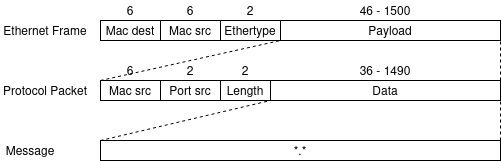
Before: doc/frames.png, a diagram exported from draw.io (Vitor-Calegari/sistemas-operacionais-II). Source tidied: cells renumbered, new cells last; positions are measured from the earlier drawing's top-left corner, leaving out a move shared by most shapes.
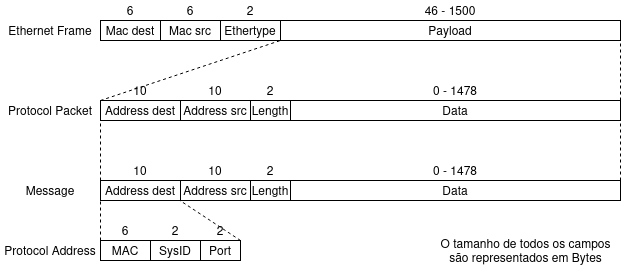
After the change.

Commit message:
Atualiza imagem que especifica frames utilizados

What changed in the source:
```diff
@@ -12,43 +12,38 @@
       <mxGeometry x="220" y="20" width="60" height="20" as="geometry" />
     </mxCell>
     <mxCell id="5" value="Payload" style="rounded=0;whiteSpace=wrap;html=1;" parent="1" vertex="1">
-      <mxGeometry x="280" y="20" width="220" height="20" as="geometry" />
+      <mxGeometry x="280" y="20" width="340" height="20" as="geometry" />
     </mxCell>
-    <mxCell id="6" value="Mac src" style="rounded=0;whiteSpace=wrap;html=1;" parent="1" vertex="1">
-      <mxGeometry x="100" y="80" width="60" height="20" as="geometry" />
-    </mxCell>
-    <mxCell id="7" value="Port src" style="rounded=0;whiteSpace=wrap;html=1;" parent="1" vertex="1">
-      <mxGeometry x="160" y="80" width="60" height="20" as="geometry" />
-    </mxCell>
-    <mxCell id="8" value="Length" style="rounded=0;whiteSpace=wrap;html=1;" parent="1" vertex="1">
-      <mxGeometry x="220" y="80" width="50" height="20" as="geometry" />
-    </mxCell>
-    <mxCell id="9" value="Data" style="rounded=0;whiteSpace=wrap;html=1;" parent="1" vertex="1">
-      <mxGeometry x="270" y="80" width="230" height="20" as="geometry" />
-    </mxCell>
-    <mxCell id="10" value="*.*" style="rounded=0;whiteSpace=wrap;html=1;" parent="1" vertex="1">
-      <mxGeometry x="100" y="140" width="400" height="20" as="geometry" />
-    </mxCell>
     <mxCell id="11" value="Ethernet Frame" style="text;html=1;align=center;verticalAlign=middle;whiteSpace=wrap;rounded=0;" parent="1" vertex="1">
-      <mxGeometry y="20" width="90" height="20" as="geometry" />
+      <mxGeometry y="20" width="100" height="20" as="geometry" />
     </mxCell>
     <mxCell id="12" value="Protocol Packet" style="text;html=1;align=center;verticalAlign=middle;whiteSpace=wrap;rounded=0;" parent="1" vertex="1">
-      <mxGeometry y="80" width="90" height="20" as="geometry" />
+      <mxGeometry y="100" width="100" height="20" as="geometry" />
     </mxCell>
     <mxCell id="13" value="Message" style="text;html=1;align=center;verticalAlign=middle;whiteSpace=wrap;rounded=0;" parent="1" vertex="1">
-      <mxGeometry y="140" width="60" height="20" as="geometry" />
+      <mxGeometry y="180" width="100" height="20" as="geometry" />
     </mxCell>
-    <mxCell id="14" style="endArrow=none;dashed=1;html=1;rounded=0;entryX=1;entryY=1;entryDx=0;entryDy=0;exitX=1;exitY=0;exitDx=0;exitDy=0;" parent="1" edge="1" source="10" target="9">
-      <mxGeometry relative="1" as="geometry" />
+    <mxCell id="14" style="endArrow=none;dashed=1;html=1;rounded=0;entryX=1;entryY=1;entryDx=0;entryDy=0;exitX=1;exitY=0;exitDx=0;exitDy=0;" parent="1" edge="1">
+      <mxGeometry relative="1" as="geometry">
+        <mxPoint x="620" y="180" as="sourcePoint" />
+        <mxPoint x="620" y="120" as="targetPoint" />
+      </mxGeometry>
     </mxCell>
-    <mxCell id="15" style="endArrow=none;dashed=1;html=1;rounded=0;entryX=0;entryY=1;entryDx=0;entryDy=0;exitX=0;exitY=0;exitDx=0;exitDy=0;" parent="1" edge="1" source="10" target="9">
-      <mxGeometry relative="1" as="geometry" />
+    <mxCell id="15" style="endArrow=none;dashed=1;html=1;rounded=0;entryX=0;entryY=1;entryDx=0;entryDy=0;exitX=0;exitY=0;exitDx=0;exitDy=0;" parent="1" edge="1">
+      <mxGeometry relative="1" as="geometry">
+        <mxPoint x="100" y="180" as="sourcePoint" />
+        <mxPoint x="100" y="120" as="targetPoint" />
+      </mxGeometry>
     </mxCell>
-    <mxCell id="16" style="endArrow=none;dashed=1;html=1;rounded=0;exitX=0;exitY=0;exitDx=0;exitDy=0;entryX=0;entryY=1;entryDx=0;entryDy=0;" parent="1" edge="1" source="6" target="5">
-      <mxGeometry relative="1" as="geometry" />
+    <mxCell id="16" style="endArrow=none;dashed=1;html=1;rounded=0;exitX=0;exitY=0;exitDx=0;exitDy=0;entryX=0;entryY=1;entryDx=0;entryDy=0;" parent="1" edge="1" target="5">
+      <mxGeometry relative="1" as="geometry">
+        <mxPoint x="100" y="100" as="sourcePoint" />
+      </mxGeometry>
     </mxCell>
-    <mxCell id="17" style="endArrow=none;dashed=1;html=1;rounded=0;exitX=1;exitY=0;exitDx=0;exitDy=0;entryX=1;entryY=1;entryDx=0;entryDy=0;" parent="1" edge="1" source="9" target="5">
-      <mxGeometry relative="1" as="geometry" />
+    <mxCell id="17" style="endArrow=none;dashed=1;html=1;rounded=0;exitX=1;exitY=0;exitDx=0;exitDy=0;entryX=1;entryY=1;entryDx=0;entryDy=0;" parent="1" edge="1" target="5">
+      <mxGeometry relative="1" as="geometry">
+        <mxPoint x="620" y="100" as="sourcePoint" />
+      </mxGeometry>
     </mxCell>
     <mxCell id="18" value="6" style="text;html=1;align=center;verticalAlign=middle;whiteSpace=wrap;rounded=0;" parent="1" vertex="1">
       <mxGeometry x="120" width="20" height="20" as="geometry" />
@@ -60,19 +55,87 @@
       <mxGeometry x="240" width="20" height="20" as="geometry" />
     </mxCell>
     <mxCell id="21" value="46 - 1500" style="text;html=1;align=center;verticalAlign=middle;whiteSpace=wrap;rounded=0;" parent="1" vertex="1">
-      <mxGeometry x="350" width="70" height="20" as="geometry" />
+      <mxGeometry x="415" width="70" height="20" as="geometry" />
     </mxCell>
+    <mxCell id="26" value="Protocol Address" style="text;html=1;align=center;verticalAlign=middle;whiteSpace=wrap;rounded=0;" parent="1" vertex="1">
+      <mxGeometry y="240" width="100" height="20" as="geometry" />
+    </mxCell>
+    <mxCell id="27" value="Address dest" style="rounded=0;whiteSpace=wrap;html=1;" parent="1" vertex="1">
+      <mxGeometry x="100" y="100" width="80" height="20" as="geometry" />
+    </mxCell>
+    <mxCell id="28" value="Length" style="rounded=0;whiteSpace=wrap;html=1;" parent="1" vertex="1">
+      <mxGeometry x="250" y="100" width="40" height="20" as="geometry" />
+    </mxCell>
+    <mxCell id="29" value="Data" style="rounded=0;whiteSpace=wrap;html=1;" parent="1" vertex="1">
+      <mxGeometry x="290" y="100" width="330" height="20" as="geometry" />
+    </mxCell>
+    <mxCell id="30" value="10" style="text;html=1;align=center;verticalAlign=middle;whiteSpace=wrap;rounded=0;" parent="1" vertex="1">
+      <mxGeometry x="100" y="80" width="80" height="20" as="geometry" />
+    </mxCell>
+    <mxCell id="31" value="10" style="text;html=1;align=center;verticalAlign=middle;whiteSpace=wrap;rounded=0;" parent="1" vertex="1">
+      <mxGeometry x="180" y="80" width="70" height="20" as="geometry" />
+    </mxCell>
+    <mxCell id="32" value="0 - 1478" style="text;html=1;align=center;verticalAlign=middle;whiteSpace=wrap;rounded=0;" parent="1" vertex="1">
+      <mxGeometry x="290" y="80" width="330" height="20" as="geometry" />
+    </mxCell>
+    <mxCell id="33" value="Address src" style="rounded=0;whiteSpace=wrap;html=1;" parent="1" vertex="1">
+      <mxGeometry x="180" y="100" width="70" height="20" as="geometry" />
+    </mxCell>
+    <mxCell id="34" value="2" style="text;html=1;align=center;verticalAlign=middle;whiteSpace=wrap;rounded=0;" parent="1" vertex="1">
+      <mxGeometry x="250" y="80" width="40" height="20" as="geometry" />
+    </mxCell>
+    <mxCell id="35" style="endArrow=none;dashed=1;html=1;rounded=0;entryX=0;entryY=1;entryDx=0;entryDy=0;exitX=0;exitY=1;exitDx=0;exitDy=0;" parent="1" edge="1" source="22" target="36">
+      <mxGeometry relative="1" as="geometry" />
+    </mxCell>
+    <mxCell id="36" value="Address dest" style="rounded=0;whiteSpace=wrap;html=1;" parent="1" vertex="1">
+      <mxGeometry x="100" y="180" width="80" height="20" as="geometry" />
+    </mxCell>
+    <mxCell id="37" value="Length" style="rounded=0;whiteSpace=wrap;html=1;" parent="1" vertex="1">
+      <mxGeometry x="250" y="180" width="40" height="20" as="geometry" />
+    </mxCell>
+    <mxCell id="38" value="Data" style="rounded=0;whiteSpace=wrap;html=1;" parent="1" vertex="1">
+      <mxGeometry x="290" y="180" width="330" height="20" as="geometry" />
+    </mxCell>
+    <mxCell id="39" value="10" style="text;html=1;align=center;verticalAlign=middle;whiteSpace=wrap;rounded=0;" parent="1" vertex="1">
+      <mxGeometry x="100" y="160" width="80" height="20" as="geometry" />
+    </mxCell>
+    <mxCell id="40" value="10" style="text;html=1;align=center;verticalAlign=middle;whiteSpace=wrap;rounded=0;" parent="1" vertex="1">
+      <mxGeometry x="180" y="160" width="70" height="20" as="geometry" />
+    </mxCell>
+    <mxCell id="41" value="0 - 1478" style="text;html=1;align=center;verticalAlign=middle;whiteSpace=wrap;rounded=0;" parent="1" vertex="1">
+      <mxGeometry x="290" y="160" width="330" height="20" as="geometry" />
+    </mxCell>
+    <mxCell id="42" value="Address src" style="rounded=0;whiteSpace=wrap;html=1;" parent="1" vertex="1">
+      <mxGeometry x="180" y="180" width="70" height="20" as="geometry" />
+    </mxCell>
+    <mxCell id="43" value="2" style="text;html=1;align=center;verticalAlign=middle;whiteSpace=wrap;rounded=0;" parent="1" vertex="1">
+      <mxGeometry x="250" y="160" width="40" height="20" as="geometry" />
+    </mxCell>
+    <mxCell id="44" value="MAC" style="rounded=0;whiteSpace=wrap;html=1;" parent="1" vertex="1">
+      <mxGeometry x="100" y="240" width="50" height="20" as="geometry" />
+    </mxCell>
+    <mxCell id="45" value="SysID" style="rounded=0;whiteSpace=wrap;html=1;" parent="1" vertex="1">
+      <mxGeometry x="150" y="240" width="50" height="20" as="geometry" />
+    </mxCell>
+    <mxCell id="46" value="Port" style="rounded=0;whiteSpace=wrap;html=1;" parent="1" vertex="1">
+      <mxGeometry x="200" y="240" width="40" height="20" as="geometry" />
+    </mxCell>
     <mxCell id="22" value="6" style="text;html=1;align=center;verticalAlign=middle;whiteSpace=wrap;rounded=0;" parent="1" vertex="1">
-      <mxGeometry x="110" y="60" width="40" height="20" as="geometry" />
+      <mxGeometry x="100" y="220" width="50" height="20" as="geometry" />
     </mxCell>
-    <mxCell id="23" value="2" style="text;html=1;align=center;verticalAlign=middle;whiteSpace=wrap;rounded=0;" parent="1" vertex="1">
-      <mxGeometry x="170" y="60" width="40" height="20" as="geometry" />
-    </mxCell>
-    <mxCell id="24" value="2" style="text;html=1;align=center;verticalAlign=middle;whiteSpace=wrap;rounded=0;" parent="1" vertex="1">
-      <mxGeometry x="220" y="60" width="50" height="20" as="geometry" />
-    </mxCell>
-    <mxCell id="25" value="36 - 1490" style="text;html=1;align=center;verticalAlign=middle;whiteSpace=wrap;rounded=0;" parent="1" vertex="1">
-      <mxGeometry x="270" y="60" width="230" height="20" as="geometry" />
-    </mxCell>
+    <mxCell id="47" value="2" style="text;html=1;align=center;verticalAlign=middle;whiteSpace=wrap;rounded=0;" parent="1" vertex="1">
+      <mxGeometry x="150" y="220" width="50" height="20" as="geometry" />
+    </mxCell>
+    <mxCell id="48" value="2" style="text;html=1;align=center;verticalAlign=middle;whiteSpace=wrap;rounded=0;" parent="1" vertex="1">
+      <mxGeometry x="200" y="220" width="40" height="20" as="geometry" />
+    </mxCell>
+    <mxCell id="49" style="endArrow=none;dashed=1;html=1;rounded=0;entryX=0;entryY=1;entryDx=0;entryDy=0;exitX=1;exitY=1;exitDx=0;exitDy=0;" parent="1" edge="1" source="48">
+      <mxGeometry relative="1" as="geometry">
+        <mxPoint x="179.4" y="200" as="targetPoint" />
+      </mxGeometry>
+    </mxCell>
+    <mxCell id="50" value="O tamanho de todos os campos são representados em Bytes" style="text;html=1;align=center;verticalAlign=middle;whiteSpace=wrap;rounded=0;" parent="1" vertex="1">
+      <mxGeometry x="430" y="240" width="191" height="20" as="geometry" />
+    </mxCell>
   </root>
 </mxGraphModel>
```
